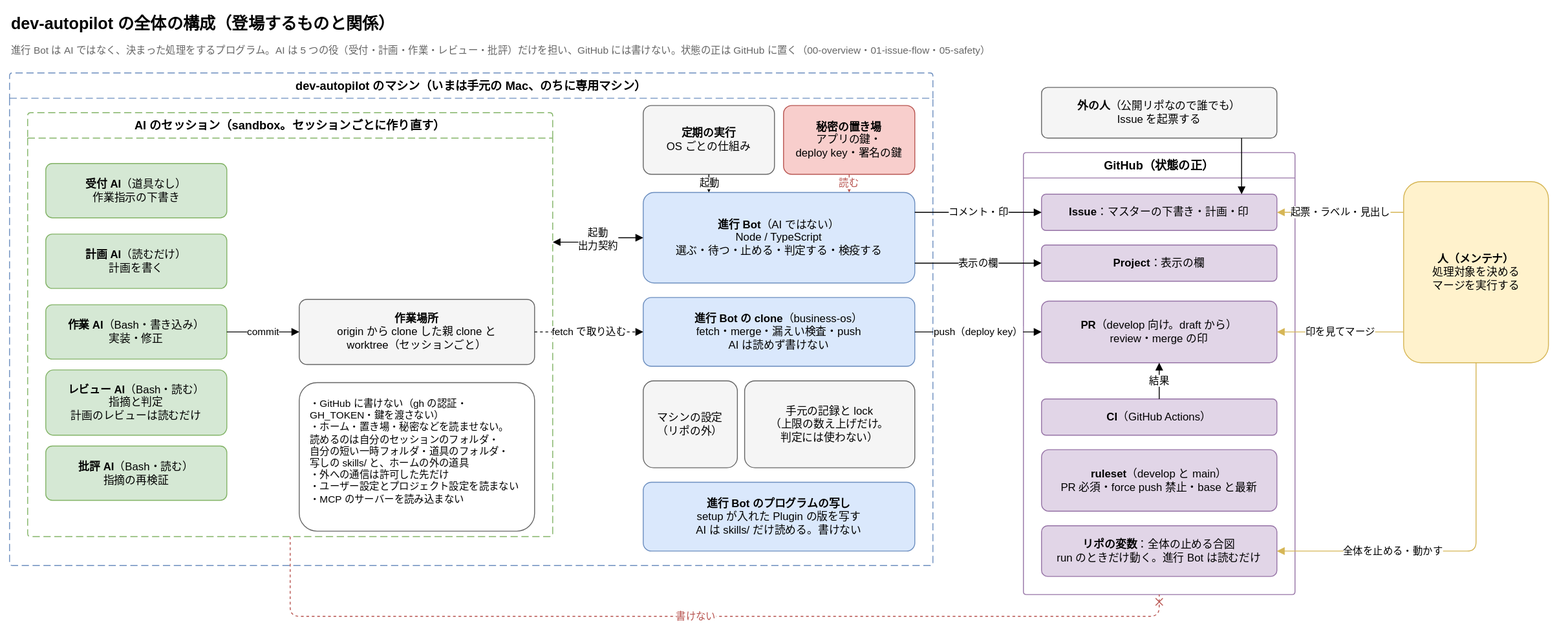
This is docs/requirements/diagrams/overview.drawio.svg from Joymerrevent/dev-autopilot, a draw.io export, as it was before one commit. Source tidied: cells renumbered, new cells last; positions are measured from the earlier drawing's top-left corner, leaving out a move shared by most shapes.
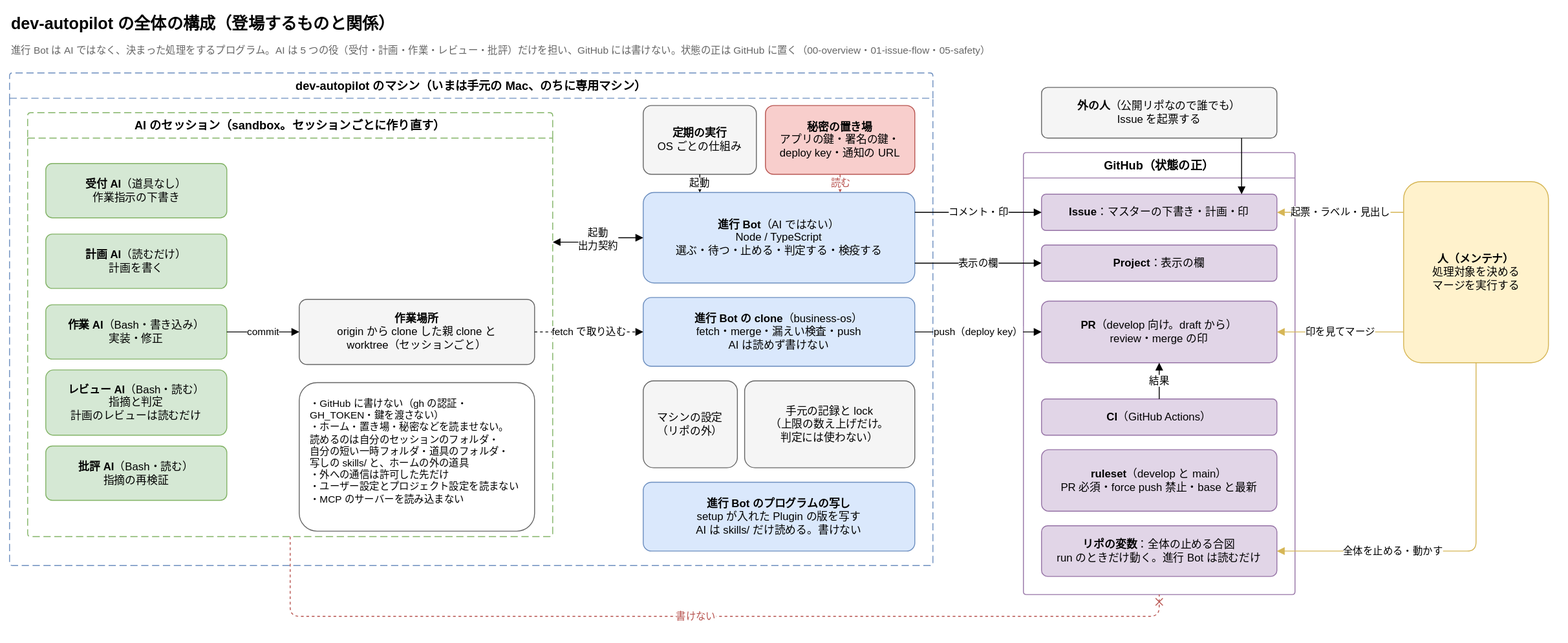
The same file after the commit.

The edit, as a diff of the source:
```diff
@@ -36,10 +36,10 @@
       <mxGeometry x="300" y="298" width="260" height="164" as="geometry" />
     </mxCell>
     <mxCell id="13" value="&lt;b&gt;定期の実行&lt;/b&gt;&lt;br&gt;OS ごとの仕組み" style="rounded=1;whiteSpace=wrap;html=1;fontSize=12;arcSize=12;fillColor=#f5f5f5;strokeColor=#666666;spacing=12;" parent="1" vertex="1">
-      <mxGeometry x="700" y="106" width="145" height="76" as="geometry" />
+      <mxGeometry x="700" y="106" width="125" height="76" as="geometry" />
     </mxCell>
-    <mxCell id="14" value="&lt;b&gt;秘密の置き場&lt;/b&gt;&lt;br&gt;アプリの鍵・&lt;br&gt;deploy key・署名の鍵" style="rounded=1;whiteSpace=wrap;html=1;fontSize=12;arcSize=12;fillColor=#f8cecc;strokeColor=#b85450;spacing=12;" parent="1" vertex="1">
-      <mxGeometry x="855" y="106" width="145" height="76" as="geometry" />
+    <mxCell id="14" value="&lt;b&gt;秘密の置き場&lt;/b&gt;&lt;br&gt;アプリの鍵・署名の鍵・&lt;br&gt;deploy key・通知の URL" style="rounded=1;whiteSpace=wrap;html=1;fontSize=12;arcSize=12;fillColor=#f8cecc;strokeColor=#b85450;spacing=12;" parent="1" vertex="1">
+      <mxGeometry x="835" y="106" width="165" height="76" as="geometry" />
     </mxCell>
     <mxCell id="15" value="&lt;b&gt;進行 Bot&lt;/b&gt;（AI ではない）&lt;br&gt;Node / TypeScript&lt;br&gt;選ぶ・待つ・止める・判定する・検疫する" style="rounded=1;whiteSpace=wrap;html=1;fontSize=12;arcSize=12;fillColor=#dae8fc;strokeColor=#6c8ebf;spacing=12;" parent="1" vertex="1">
       <mxGeometry x="700" y="202" width="300" height="100" as="geometry" />
@@ -83,10 +83,10 @@
     <mxCell id="28" value="&lt;b&gt;外の人&lt;/b&gt;（公開リポなので誰でも）&lt;br&gt;Issue を起票する" style="rounded=1;whiteSpace=wrap;html=1;fontSize=12;arcSize=12;fillColor=#f5f5f5;strokeColor=#666666;spacing=12;" parent="1" vertex="1">
       <mxGeometry x="1140" y="86" width="260" height="56" as="geometry" />
     </mxCell>
-    <mxCell id="29" value="起動" style="edgeStyle=orthogonalEdgeStyle;rounded=1;html=1;endArrow=block;endFill=1;fontSize=11;labelBackgroundColor=#ffffff;exitDx=0;exitDy=0;entryDx=0;entryDy=0;exitX=0.5;exitY=1;entryX=0.2417;entryY=0;" parent="1" edge="1" source="13" target="15">
+    <mxCell id="29" value="起動" style="edgeStyle=orthogonalEdgeStyle;rounded=1;html=1;endArrow=block;endFill=1;fontSize=11;labelBackgroundColor=#ffffff;exitDx=0;exitDy=0;entryDx=0;entryDy=0;exitX=0.5;exitY=1;entryX=0.2083;entryY=0;" parent="1" edge="1" source="13" target="15">
       <mxGeometry relative="1" as="geometry" />
     </mxCell>
-    <mxCell id="30" value="読む" style="edgeStyle=orthogonalEdgeStyle;rounded=1;html=1;endArrow=block;endFill=1;fontSize=11;labelBackgroundColor=#ffffff;strokeColor=#b85450;fontColor=#b85450;exitDx=0;exitDy=0;entryDx=0;entryDy=0;exitX=0.5;exitY=1;entryX=0.7583;entryY=0;" parent="1" edge="1" source="14" target="15">
+    <mxCell id="30" value="読む" style="edgeStyle=orthogonalEdgeStyle;rounded=1;html=1;endArrow=block;endFill=1;fontSize=11;labelBackgroundColor=#ffffff;strokeColor=#b85450;fontColor=#b85450;exitDx=0;exitDy=0;entryDx=0;entryDy=0;exitX=0.5;exitY=1;entryX=0.725;entryY=0;" parent="1" edge="1" source="14" target="15">
       <mxGeometry relative="1" as="geometry" />
     </mxCell>
     <mxCell id="31" value="起動&lt;br&gt;出力契約" style="edgeStyle=orthogonalEdgeStyle;rounded=1;html=1;endArrow=block;endFill=1;fontSize=11;labelBackgroundColor=#ffffff;startArrow=block;startFill=1;exitDx=0;exitDy=0;entryDx=0;entryDy=0;exitX=0;exitY=0.5;entryX=1;entryY=0.3053;" parent="1" edge="1" source="15" target="5">
```
